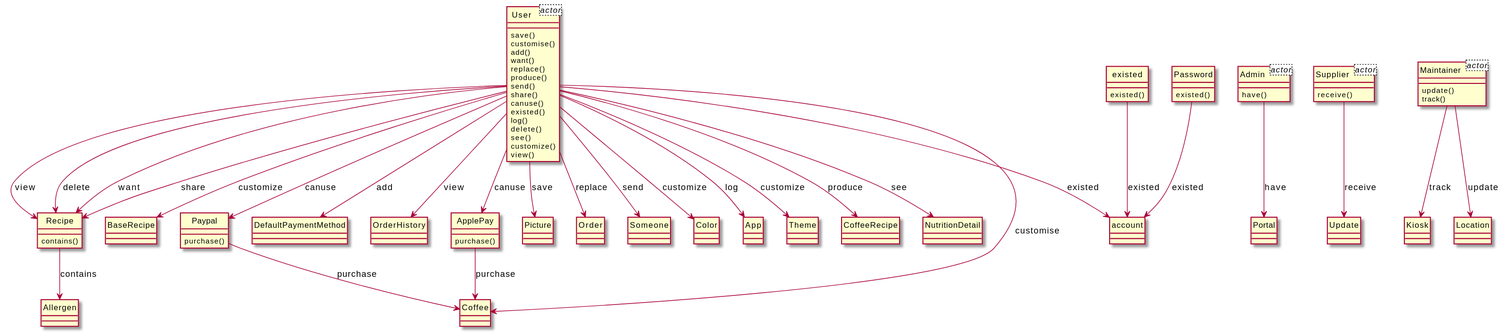
Before: output/diagram_5/2018-USC-Project05.svg, a diagram exported from PlantUML (xixixhalu/DomainModelExtractor).
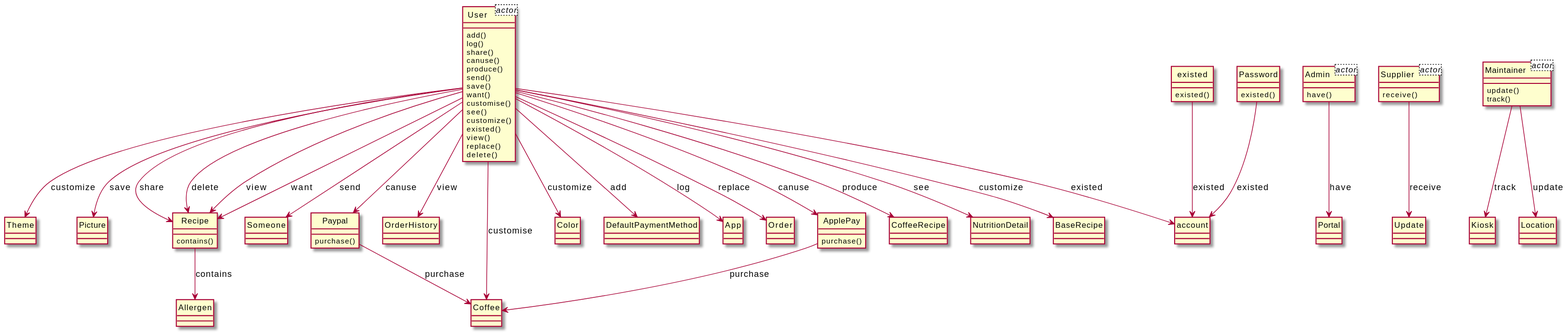
After the commit.

What changed in the source:
```diff
@@ -9,38 +9,37 @@
 class Maintainer<actor> {
 }
 class User {
-	save()
-	customise()
 	add()
-	want()
-	replace()
+	log()
+	share()
+	canuse()
 	produce()
 	send()
-	share()
-	canuse()
-	existed()
-	log()
-	delete()
+	save()
+	want()
+	customise()
 	see()
 	customize()
+	existed()
 	view()
+	replace()
+	delete()
 }
-class Coffee {
+class Theme {
+}
+class Picture {
+}
+class account {
 }
 class Recipe {
 	contains()
 }
-class BaseRecipe {
+class Someone {
 }
 class Paypal {
 	purchase()
 }
-class DefaultPaymentMethod {
-}
-class existed {
-	existed()
-}
-class account {
+class OrderHistory {
 }
 class Maintainer {
 	update()
@@ -48,70 +47,71 @@
 }
 class Kiosk {
 }
-class OrderHistory {
+class Coffee {
 }
-class ApplePay {
-	purchase()
+class Admin {
+	have()
 }
-class Picture {
+class Portal {
 }
-class Allergen {
+class Color {
+}
+class Location {
+}
+class DefaultPaymentMethod {
 }
 class Supplier {
 	receive()
 }
 class Update {
 }
+class App {
+}
+class existed {
+	existed()
+}
+class Password {
+	existed()
+}
 class Order {
 }
-class Location {
+class ApplePay {
+	purchase()
 }
-class Someone {
-}
-class Color {
-}
-class App {
-}
-class Theme {
+class Allergen {
 }
 class CoffeeRecipe {
 }
 class NutritionDetail {
 }
-class Password {
-	existed()
+class BaseRecipe {
 }
-class Admin {
-	have()
-}
-class Portal {
-}
-User --> BaseRecipe : customize
-User --> Someone : send
-User --> Paypal : canuse
+User --> account : existed
+User --> App : log
 User --> Recipe : share
 User --> Color : customize
+User --> Recipe : delete
+existed --> account : existed
+User --> Recipe : view
+User --> Someone : send
+Password --> account : existed
+User --> Recipe : want
+User --> Paypal : canuse
+User --> Order : replace
+Paypal --> Coffee : purchase
+User --> OrderHistory : view
+User --> ApplePay : canuse
+Recipe --> Allergen : contains
+Maintainer --> Kiosk : track
+Admin --> Portal : have
+User --> CoffeeRecipe : produce
+Maintainer --> Location : update
+User --> Coffee : customise
 User --> DefaultPaymentMethod : add
-User --> Recipe : view
-User --> account : existed
-existed --> account : existed
-User --> App : log
+User --> NutritionDetail : see
+User --> Theme : customize
+User --> BaseRecipe : customize
 User --> Picture : save
-Maintainer --> Kiosk : track
-User --> Theme : customize
-Recipe --> Allergen : contains
-User --> CoffeeRecipe : produce
-User --> OrderHistory : view
 Supplier --> Update : receive
-User --> Recipe : delete
-Maintainer --> Location : update
-User --> NutritionDetail : see
 ApplePay --> Coffee : purchase
-User --> Order : replace
-User --> Coffee : customise
-Password --> account : existed
-Paypal --> Coffee : purchase
-User --> Recipe : want
-User --> ApplePay : canuse
-Admin --> Portal : have
 @enduml
```
